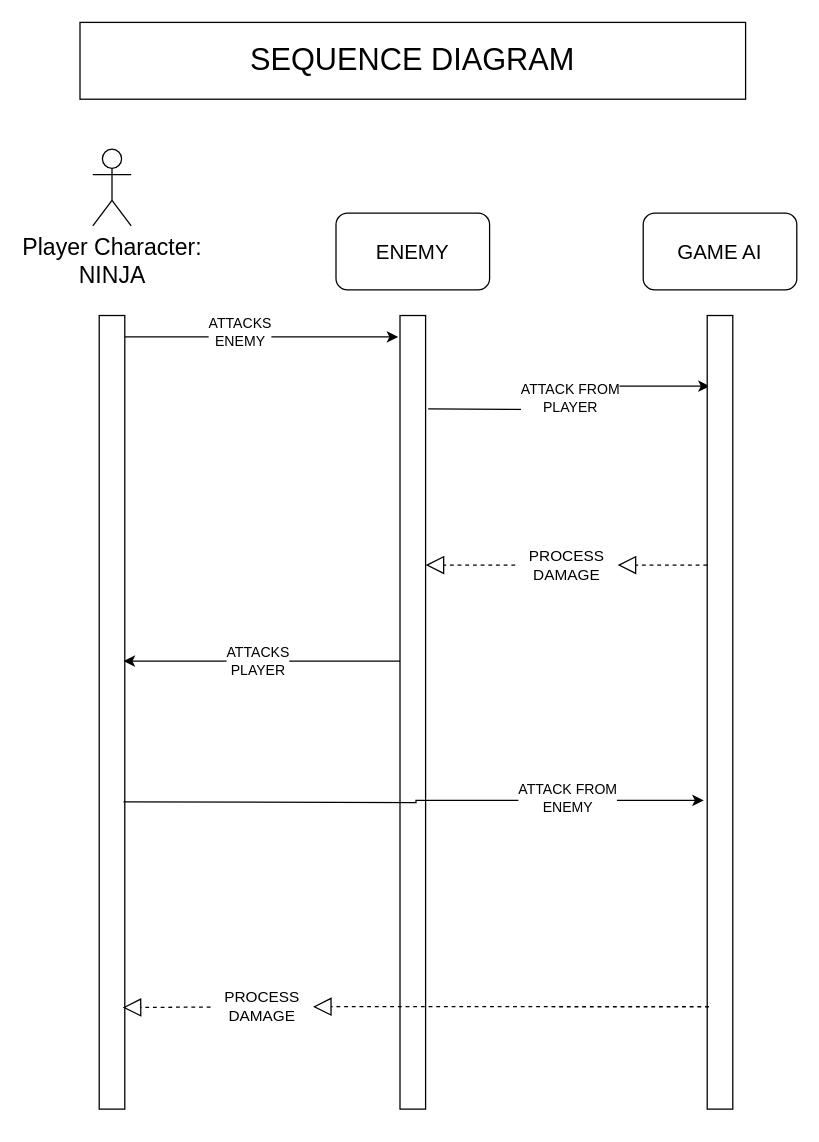
Earlier version of the draw.io diagram SequenceDiagram.drawio (cpriddy21/NinjaGaiden). Source tidied: cells renumbered, new cells numbered last; positions are measured from the earlier drawing's top-left corner, leaving out a move shared by most shapes. Both pictures are drawn from the tidied source at 128%, with x=0, y=0 at pixel (79, 22).
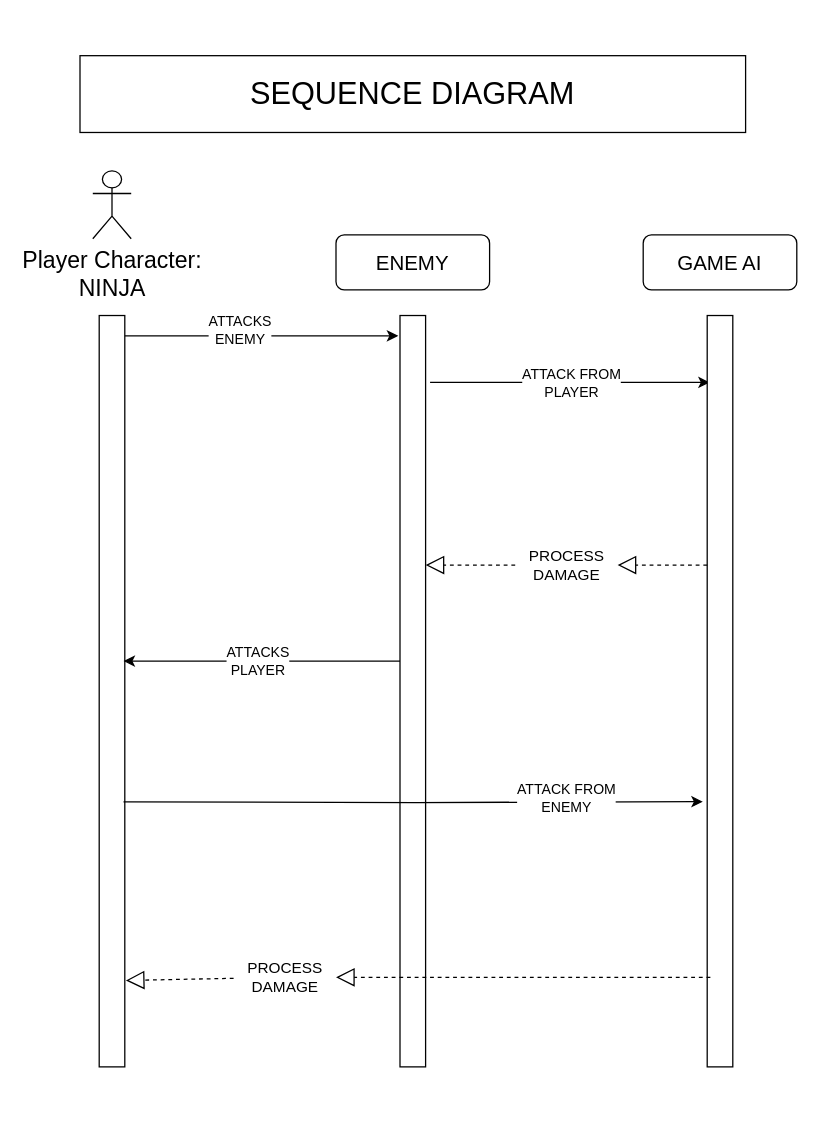
The same page after the edit.

Diff of the diagram source:
```diff
@@
-    <mxCell id="4" style="edgeStyle=orthogonalEdgeStyle;rounded=0;jettySize=auto;html=1;entryX=0.1;entryY=0.089;entryDx=0;entryDy=0;entryPerimeter=0;" parent="1" edge="1" target="12">
-      <mxGeometry relative="1" as="geometry">
-        <mxPoint x="272" y="302" as="sourcePoint" />
-      </mxGeometry>
+    <mxCell id="4" style="edgeStyle=orthogonalEdgeStyle;rounded=0;jettySize=auto;html=1;entryX=0.1;entryY=0.089;entryDx=0;entryDy=0;entryPerimeter=0;exitX=1.175;exitY=0.089;exitDx=0;exitDy=0;exitPerimeter=0;" parent="1" edge="1" source="11" target="12">
+      <mxGeometry relative="1" as="geometry" />
     </mxCell>
@@
     <mxCell id="6" style="rounded=0;whiteSpace=wrap;html=1;" parent="1" vertex="1">
-      <mxGeometry x="15" y="229" width="20" height="620" as="geometry" />
+      <mxGeometry x="15" y="229" width="20" height="587" as="geometry" />
     </mxCell>
     <mxCell id="7" value="&lt;font style=&quot;font-size: 24px;&quot;&gt;SEQUENCE DIAGRAM&lt;/font&gt;" style="rounded=0;whiteSpace=wrap;html=1;" parent="1" vertex="1">
-      <mxGeometry width="520" height="60" as="geometry" />
+      <mxGeometry y="26" width="520" height="60" as="geometry" />
     </mxCell>
     <mxCell id="8" value="&lt;font style=&quot;font-size: 18px;&quot;&gt;Player Character:&lt;br&gt;NINJA&lt;br&gt;&lt;/font&gt;" style="shape=umlActor;verticalLabelPosition=bottom;verticalAlign=top;html=1;" parent="1" vertex="1">
-      <mxGeometry x="10" y="99" width="30" height="60" as="geometry" />
+      <mxGeometry x="10" y="116" width="30" height="53" as="geometry" />
     </mxCell>
     <mxCell id="9" value="&lt;font size=&quot;3&quot;&gt;ENEMY&lt;/font&gt;" style="rounded=1;whiteSpace=wrap;html=1;" parent="1" vertex="1">
-      <mxGeometry x="200" y="149" width="120" height="60" as="geometry" />
+      <mxGeometry x="200" y="166" width="120" height="43" as="geometry" />
     </mxCell>
     <mxCell id="10" value="&lt;font size=&quot;3&quot;&gt;GAME AI&lt;/font&gt;" style="rounded=1;whiteSpace=wrap;html=1;" parent="1" vertex="1">
-      <mxGeometry x="440" y="149" width="120" height="60" as="geometry" />
+      <mxGeometry x="440" y="166" width="120" height="43" as="geometry" />
     </mxCell>
     <mxCell id="11" style="rounded=0;whiteSpace=wrap;html=1;" parent="1" vertex="1">
-      <mxGeometry x="250" y="229" width="20" height="620" as="geometry" />
+      <mxGeometry x="250" y="229" width="20" height="587" as="geometry" />
     </mxCell>
     <mxCell id="12" style="rounded=0;whiteSpace=wrap;html=1;" parent="1" vertex="1">
-      <mxGeometry x="490" y="229" width="20" height="620" as="geometry" />
+      <mxGeometry x="490" y="229" width="20" height="587" as="geometry" />
     </mxCell>
@@
-    <mxCell id="18" style="edgeStyle=orthogonalEdgeStyle;rounded=0;jettySize=auto;html=1;exitX=0.917;exitY=0.027;exitDx=0;exitDy=0;exitPerimeter=0;entryX=-0.133;entryY=0.611;entryDx=0;entryDy=0;entryPerimeter=0;" parent="1" edge="1" target="12">
+    <mxCell id="18" style="edgeStyle=orthogonalEdgeStyle;rounded=0;jettySize=auto;html=1;exitX=0.917;exitY=0.027;exitDx=0;exitDy=0;exitPerimeter=0;entryX=-0.172;entryY=0.647;entryDx=0;entryDy=0;entryPerimeter=0;" parent="1" edge="1" target="12">
       <mxGeometry relative="1" as="geometry">
         <mxPoint x="34" y="609" as="sourcePoint" />
       </mxGeometry>
     </mxCell>
@@
-    <mxCell id="20" style="endArrow=block;dashed=1;endFill=0;endSize=12;html=1;rounded=0;entryX=0.917;entryY=0.872;entryDx=0;entryDy=0;entryPerimeter=0;" parent="1" edge="1" source="22" target="6">
+    <mxCell id="20" style="endArrow=block;dashed=1;endFill=0;endSize=12;html=1;rounded=0;entryX=1.041;entryY=0.885;entryDx=0;entryDy=0;entryPerimeter=0;" parent="1" edge="1" source="22" target="6">
       <mxGeometry relative="1" as="geometry" />
     </mxCell>
-    <mxCell id="21" style="endArrow=block;dashed=1;endFill=0;endSize=12;html=1;rounded=0;exitX=0.067;exitY=0.871;exitDx=0;exitDy=0;exitPerimeter=0;" parent="1" edge="1" source="12" target="22">
+    <mxCell id="21" style="endArrow=block;dashed=1;endFill=0;endSize=12;html=1;rounded=0;exitX=0.124;exitY=0.881;exitDx=0;exitDy=0;exitPerimeter=0;" parent="1" edge="1" source="12" target="22">
       <mxGeometry relative="1" as="geometry" />
     </mxCell>
     <mxCell id="22" value="PROCESS&lt;br&gt;DAMAGE" style="text;html=1;align=center;verticalAlign=middle;points=[];strokeColor=none;fillColor=none;" parent="1" vertex="1">
-      <mxGeometry x="102" y="749" width="80" height="40" as="geometry" />
+      <mxGeometry x="120" y="726" width="80" height="40" as="geometry" />
     </mxCell>
```
